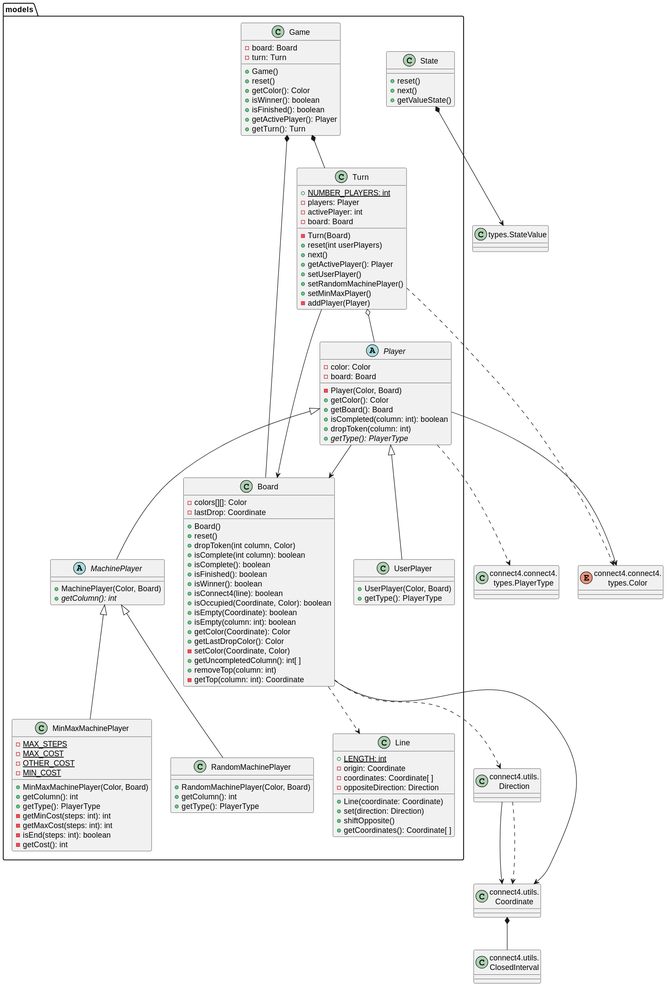
The PlantUML diagram out/connect4/Docs/diagrams/src/packages/connect4.connect4.models/connect4.connect4.models.svg in js-rom/connect4, before a commit.
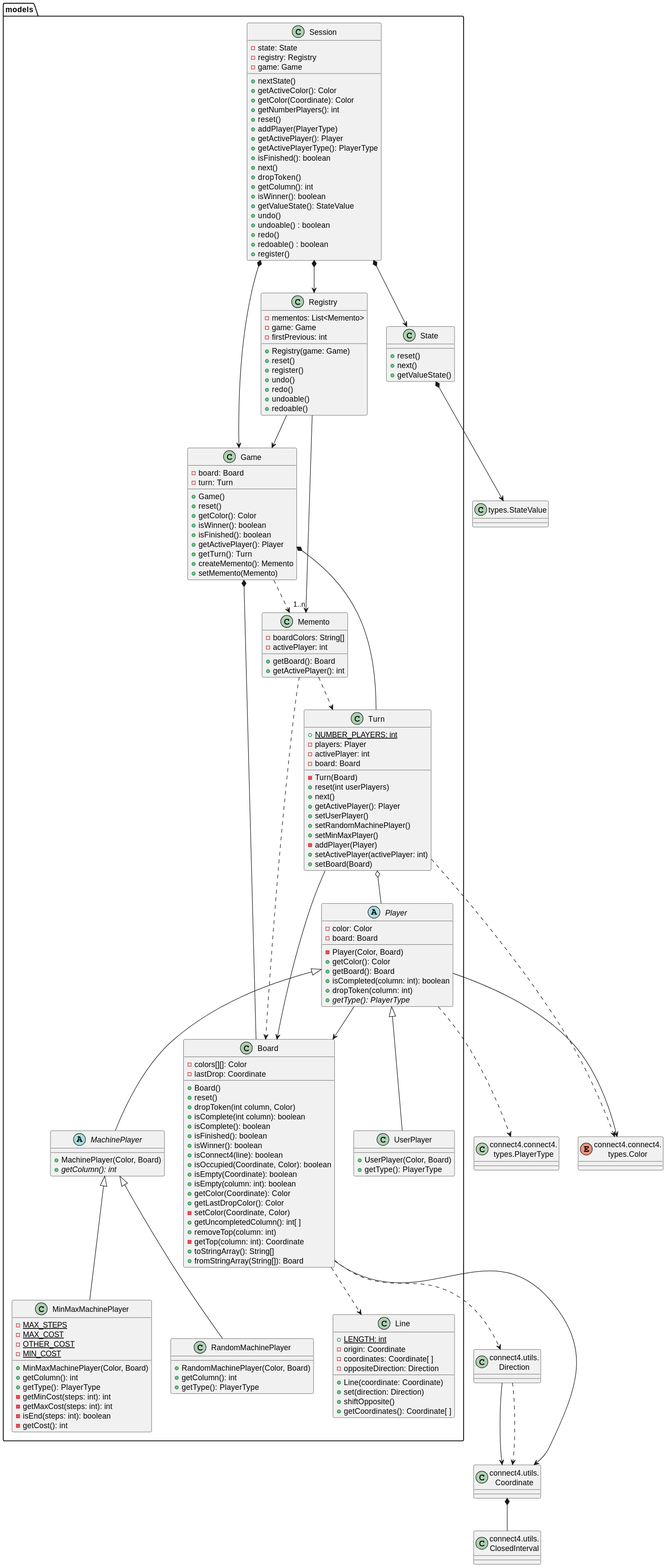
After the change.

The edit, as a diff of the source:
```diff
@@ -10,6 +10,9 @@
 class models.MinMaxMachinePlayer
 class models.State
 class StateValue as "types.StateValue"
+class models.Memento
+class models.Registry
+class models.Session
 
 Game *-- Board
 Game *-- Turn
@@ -38,6 +41,14 @@
 Direction --> Coordinate
 Direction ..> Coordinate
 Coordinate *-- ClosedInterval
+Memento ..> Board
+Memento ..> Turn
+Game ..> Memento
+Registry --> Game
+Registry --> "1..n" Memento
+Session *--> Registry
+Session *--> Game
+Session *--> State
 
 Game : -board: Board
 Game : -turn: Turn
@@ -48,6 +59,8 @@
 Game : +isFinished(): boolean
 Game : +getActivePlayer(): Player
 Game : +getTurn(): Turn
+Game : +createMemento(): Memento
+Game : +setMemento(Memento)
 
 Turn : {static} +NUMBER_PLAYERS: int
 Turn : -players: Player
@@ -61,6 +74,8 @@
 Turn : +setRandomMachinePlayer()
 Turn : +setMinMaxPlayer()
 Turn : -addPlayer(Player)
+Turn : +setActivePlayer(activePlayer: int)
+Turn : +setBoard(Board)
 
 Player : -color: Color
 Player : -board: Board
@@ -112,7 +127,8 @@
 Board : +getUncompletedColumn(): int[ ]
 Board : +removeTop(column: int)
 Board : -getTop(column: int): Coordinate
-
+Board : +toStringArray(): String[]
+Board : +fromStringArray(String[]): Board
 
 Line : {static} +LENGTH: int
 Line : -origin: Coordinate
@@ -126,4 +142,43 @@
 State : +reset()
 State : +next()
 State : +getValueState()
+
+Memento : -boardColors: String[]
+Memento : -activePlayer: int
+Memento : + getBoard(): Board
+Memento : +getActivePlayer(): int
+
+Registry : - mementos: List<Memento>
+Registry : - game: Game
+Registry : - firstPrevious: int
+Registry : +Registry(game: Game)
+Registry : +reset()
+Registry : +register()
+Registry : +undo()
+Registry : +redo()
+Registry : +undoable()
+Registry : +redoable()
+
+Session : -state: State
+Session : -registry: Registry
+Session : -game: Game
+Session : +nextState()
+Session : + getActiveColor(): Color
+Session : + getColor(Coordinate): Color
+Session : + getNumberPlayers(): int
+Session : +reset()
+Session : +addPlayer(PlayerType)
+Session : +getActivePlayer(): Player
+Session : +getActivePlayerType(): PlayerType
+Session : +isFinished(): boolean
+Session : +next()
+Session : +dropToken()
+Session : +getColumn(): int
+Session : +isWinner(): boolean
+Session : +getValueState(): StateValue
+Session : +undo()
+Session : +undoable() : boolean
+Session : +redo()
+Session : +redoable() : boolean
+Session : +register()
 @enduml
```
